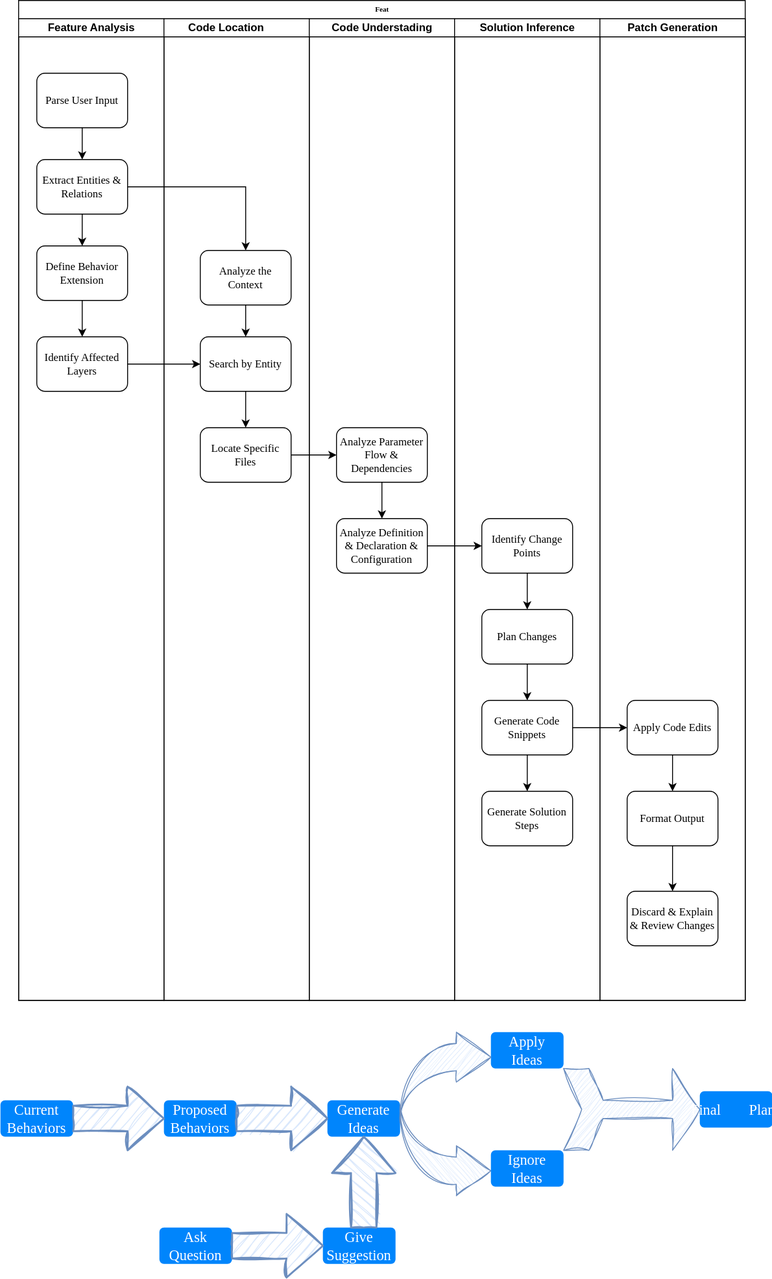
Before: feat.svg, a diagram exported from draw.io (BullFrogDianDian/SoftEngineer). Source tidied: cells renumbered, new cells last; positions are measured from the earlier drawing's top-left corner, leaving out a move shared by most shapes.
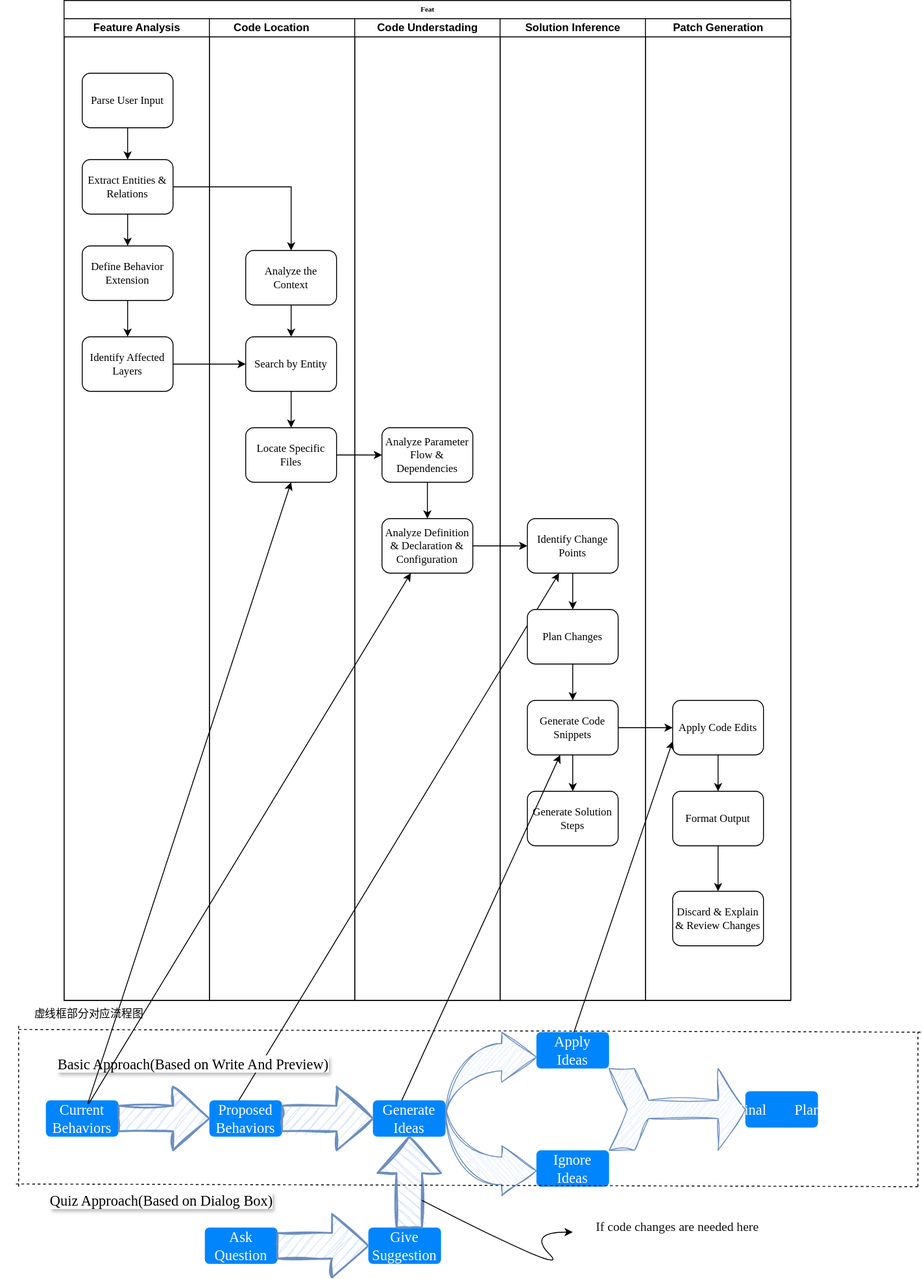
The same file after the commit.

The edit, as a diff of the source:
```diff
@@ -59,6 +59,12 @@
     <mxCell id="20" value="&lt;font style=&quot;font-size: 12px;&quot;&gt;Analyze Definition &amp;amp; Declaration &amp;amp; Configuration&lt;/font&gt;" style="rounded=1;whiteSpace=wrap;html=1;shadow=0;labelBackgroundColor=none;strokeWidth=1;fontFamily=Verdana;fontSize=8;align=center;" parent="17" vertex="1">
       <mxGeometry x="30" y="550" width="100" height="60" as="geometry" />
     </mxCell>
+    <mxCell id="55" style="endArrow=classic;html=1;rounded=0;exitX=0.588;exitY=0.1;exitDx=0;exitDy=0;exitPerimeter=0;" parent="17" edge="1">
+      <mxGeometry relative="1" as="geometry">
+        <mxPoint x="-130" y="1194" as="sourcePoint" />
+        <mxPoint x="225" y="610" as="targetPoint" />
+      </mxGeometry>
+    </mxCell>
     <mxCell id="21" value="Solution Inference" style="swimlane;html=1;startSize=20;" parent="2" vertex="1">
       <mxGeometry x="480" y="20" width="160" height="1080" as="geometry" />
     </mxCell>
@@ -83,6 +89,11 @@
     <mxCell id="28" value="&lt;span style=&quot;font-size: 12px;&quot;&gt;Generate Solution Steps&lt;/span&gt;" style="rounded=1;whiteSpace=wrap;html=1;shadow=0;labelBackgroundColor=none;strokeWidth=1;fontFamily=Verdana;fontSize=8;align=center;" parent="21" vertex="1">
       <mxGeometry x="30" y="850" width="100" height="60" as="geometry" />
     </mxCell>
+    <mxCell id="56" style="endArrow=classic;html=1;rounded=0;exitX=0.588;exitY=0.1;exitDx=0;exitDy=0;exitPerimeter=0;" parent="21" edge="1" target="27">
+      <mxGeometry relative="1" as="geometry">
+        <mxPoint x="-110" y="1194" as="sourcePoint" />
+      </mxGeometry>
+    </mxCell>
     <mxCell id="29" value="Patch Generation" style="swimlane;html=1;startSize=20;" parent="2" vertex="1">
       <mxGeometry x="640" y="20" width="160" height="1080" as="geometry" />
     </mxCell>
@@ -101,6 +112,11 @@
     <mxCell id="34" value="&lt;font style=&quot;font-size: 12px;&quot;&gt;Discard &amp;amp; Explain &amp;amp; Review Changes&lt;/font&gt;" style="rounded=1;whiteSpace=wrap;html=1;shadow=0;labelBackgroundColor=none;strokeWidth=1;fontFamily=Verdana;fontSize=8;align=center;" parent="29" vertex="1">
       <mxGeometry x="30" y="960" width="100" height="60" as="geometry" />
     </mxCell>
+    <mxCell id="57" style="endArrow=classic;html=1;rounded=0;exitX=0.588;exitY=0.1;exitDx=0;exitDy=0;exitPerimeter=0;entryX=0;entryY=0.75;entryDx=0;entryDy=0;" parent="29" edge="1" target="31">
+      <mxGeometry relative="1" as="geometry">
+        <mxPoint x="-80" y="1119" as="sourcePoint" />
+      </mxGeometry>
+    </mxCell>
     <mxCell id="35" style="edgeStyle=orthogonalEdgeStyle;rounded=0;jettySize=auto;html=1;" parent="2" edge="1" source="10" target="13">
       <mxGeometry relative="1" as="geometry" />
     </mxCell>
@@ -166,5 +182,55 @@
     <mxCell id="54" style="verticalLabelPosition=bottom;verticalAlign=top;html=1;strokeWidth=2;shape=mxgraph.arrows2.arrow;dy=0.6;dx=40;notch=0;fillColor=#dae8fc;strokeColor=#6c8ebf;sketch=1;curveFitting=1;jiggle=2;direction=north;" parent="1" vertex="1">
       <mxGeometry x="365" y="1250" width="70" height="100" as="geometry" />
     </mxCell>
+    <mxCell id="58" value="&lt;font style=&quot;font-size: 16px;&quot;&gt;Basic Approach(Based on Write And Preview)&lt;/font&gt;" style="text;html=1;align=center;verticalAlign=middle;whiteSpace=wrap;rounded=0;fontFamily=Comic Sans MS;labelBackgroundColor=default;textShadow=1;labelBorderColor=none;" parent="1" vertex="1">
+      <mxGeometry x="-15" y="1155" width="355" height="30" as="geometry" />
+    </mxCell>
+    <mxCell id="59" value="&lt;font style=&quot;font-size: 16px;&quot;&gt;Quiz Approach(Based on Dialog Box)&lt;/font&gt;" style="text;html=1;align=center;verticalAlign=middle;whiteSpace=wrap;rounded=0;fontFamily=Comic Sans MS;labelBackgroundColor=default;textShadow=1;labelBorderColor=none;" parent="1" vertex="1">
+      <mxGeometry x="-50" y="1305" width="355" height="30" as="geometry" />
+    </mxCell>
+    <mxCell id="60" style="curved=1;endArrow=classic;html=1;rounded=0;exitX=0;exitY=0;exitDx=30;exitDy=49;exitPerimeter=0;" parent="1" edge="1" source="54">
+      <mxGeometry relative="1" as="geometry">
+        <mxPoint x="580" y="1355" as="targetPoint" />
+        <Array as="points">
+          <mxPoint x="580" y="1405" />
+          <mxPoint x="530" y="1355" />
+        </Array>
+      </mxGeometry>
+    </mxCell>
+    <mxCell id="61" value="&lt;span style=&quot;caret-color: rgb(16, 18, 20); color: rgb(16, 18, 20); font-size: 14px; text-align: start; white-space-collapse: preserve;&quot;&gt;&lt;font face=&quot;Comic Sans MS&quot;&gt;If code changes are needed here&lt;/font&gt;&lt;/span&gt;" style="text;html=1;align=center;verticalAlign=middle;whiteSpace=wrap;rounded=0;fontFamily=Comic Sans MS;labelBackgroundColor=default;textShadow=0;labelBorderColor=none;" parent="1" vertex="1">
+      <mxGeometry x="517.5" y="1335" width="355" height="30" as="geometry" />
+    </mxCell>
+    <mxCell id="62" style="endArrow=none;dashed=1;html=1;rounded=0;exitX=0.048;exitY=-0.1;exitDx=0;exitDy=0;exitPerimeter=0;" parent="1" edge="1" source="59">
+      <mxGeometry relative="1" as="geometry">
+        <mxPoint x="960" y="1305" as="targetPoint" />
+      </mxGeometry>
+    </mxCell>
+    <mxCell id="63" style="endArrow=none;dashed=1;html=1;rounded=0;" parent="1" edge="1">
+      <mxGeometry relative="1" as="geometry">
+        <mxPoint x="-30" y="1305" as="sourcePoint" />
+        <mxPoint x="-30" y="1125" as="targetPoint" />
+      </mxGeometry>
+    </mxCell>
+    <mxCell id="64" style="endArrow=none;dashed=1;html=1;rounded=0;exitX=0.048;exitY=-0.1;exitDx=0;exitDy=0;exitPerimeter=0;" parent="1" edge="1">
+      <mxGeometry relative="1" as="geometry">
+        <mxPoint x="-30" y="1132" as="sourcePoint" />
+        <mxPoint x="963" y="1135" as="targetPoint" />
+      </mxGeometry>
+    </mxCell>
+    <mxCell id="65" style="endArrow=none;dashed=1;html=1;rounded=0;" parent="1" edge="1">
+      <mxGeometry relative="1" as="geometry">
+        <mxPoint x="960" y="1305" as="sourcePoint" />
+        <mxPoint x="960" y="1135" as="targetPoint" />
+      </mxGeometry>
+    </mxCell>
+    <mxCell id="66" value="虚线框部分对应流程图" style="text;html=1;align=center;verticalAlign=middle;whiteSpace=wrap;rounded=0;" parent="1" vertex="1">
+      <mxGeometry x="-15" y="1100" width="125" height="30" as="geometry" />
+    </mxCell>
+    <mxCell id="67" style="endArrow=classic;html=1;rounded=0;exitX=0.575;exitY=0.1;exitDx=0;exitDy=0;exitPerimeter=0;entryX=0.5;entryY=1;entryDx=0;entryDy=0;" parent="1" edge="1" source="41" target="14">
+      <mxGeometry relative="1" as="geometry" />
+    </mxCell>
+    <mxCell id="68" style="endArrow=classic;html=1;rounded=0;exitX=0.588;exitY=0.1;exitDx=0;exitDy=0;exitPerimeter=0;" parent="1" edge="1" source="41" target="20">
+      <mxGeometry relative="1" as="geometry" />
+    </mxCell>
   </root>
 </mxGraphModel>
```
